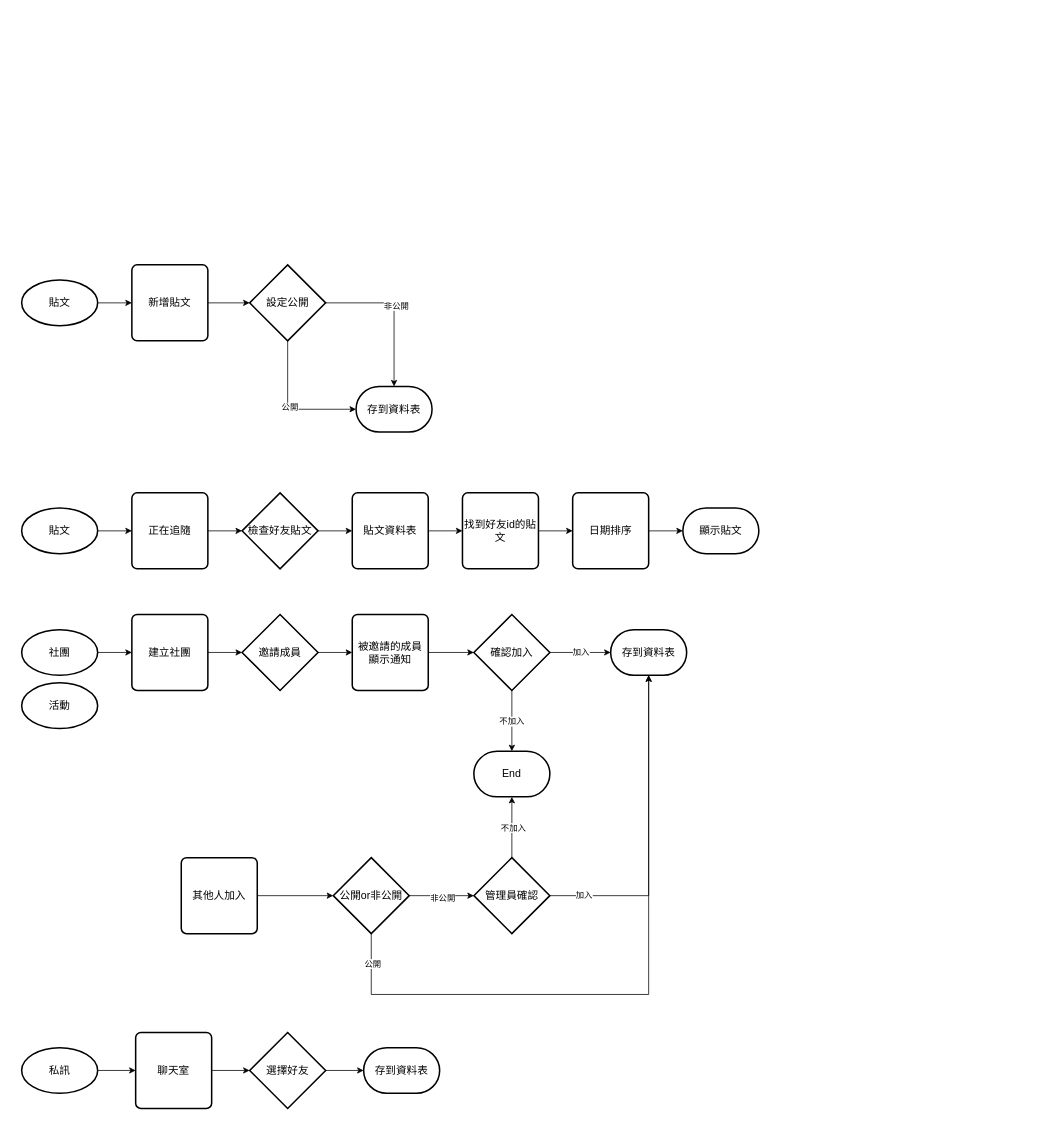
Above: 社群流程圖.drawio in Rocker36288/Project_Photo (draw.io), before the change. Source tidied: cells renumbered, new cells numbered last; positions are measured from the earlier drawing's top-left corner, leaving out a move shared by most shapes. Both pictures are drawn from the tidied source at 76%, with x=0, y=0 at pixel (21, 264).
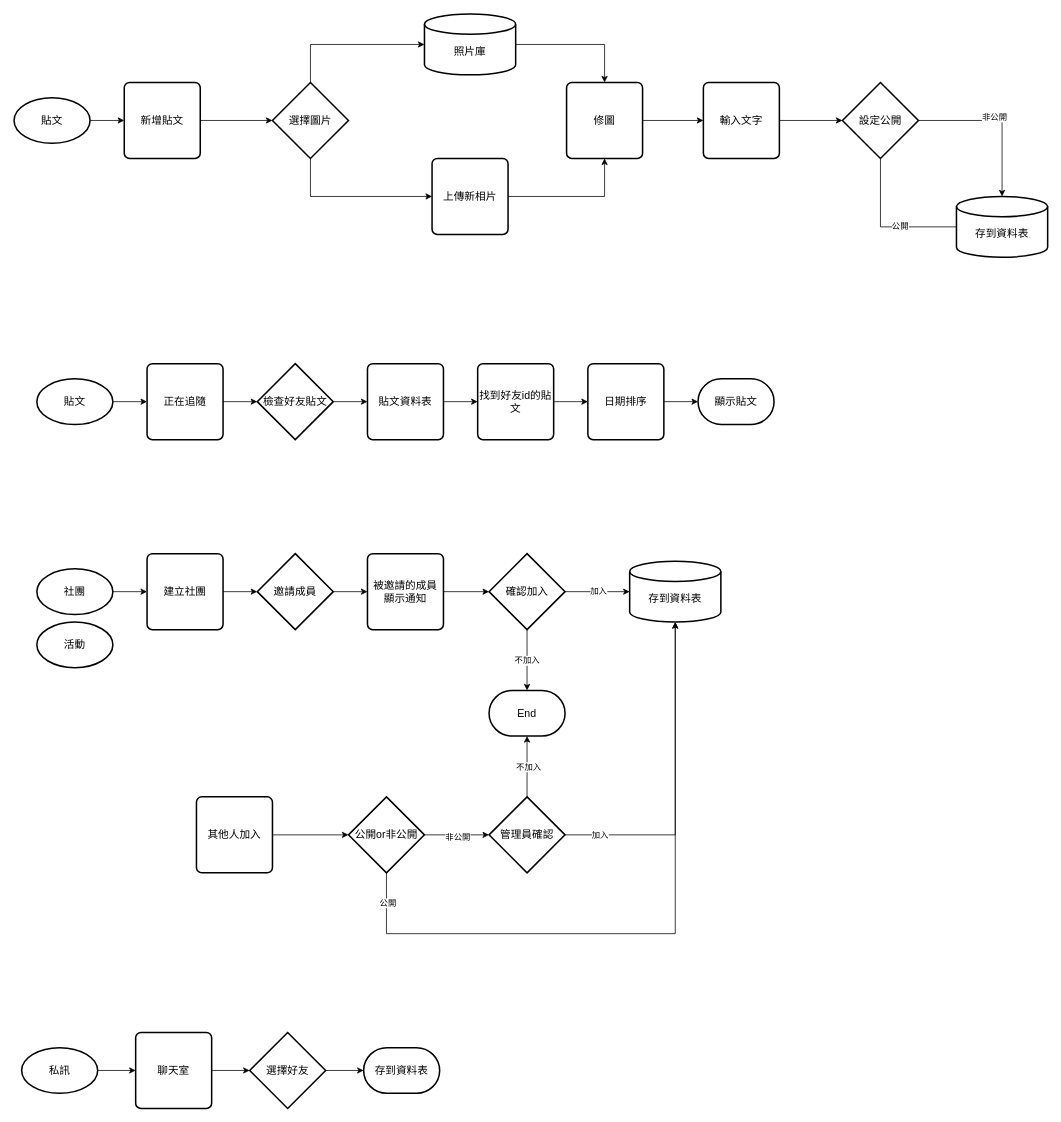
After the change.

Commit message:
更新社群流程圖.drawio

Unchanged cells that the change refers to:
```xml
<mxCell id="48" value="確認加入" style="strokeWidth=2;html=1;shape=mxgraph.flowchart.decision;whiteSpace=wrap;fontSize=14;" parent="35" vertex="1">
  <mxGeometry x="595" width="100" height="100" as="geometry" />
</mxCell>
<mxCell id="55" value="管理員確認" style="strokeWidth=2;html=1;shape=mxgraph.flowchart.decision;whiteSpace=wrap;fontSize=14;" parent="35" vertex="1">
  <mxGeometry x="595" y="320" width="100" height="100" as="geometry" />
</mxCell>
<mxCell id="62" value="公開or非公開" style="strokeWidth=2;html=1;shape=mxgraph.flowchart.decision;whiteSpace=wrap;fontSize=14;" parent="35" vertex="1">
  <mxGeometry x="410" y="320" width="100" height="100" as="geometry" />
</mxCell>
```

The edit, as a diff of the source:
```diff
@@
     <mxCell id="2" style="group;" parent="1" vertex="1">
-      <mxGeometry y="300" width="970" height="100" as="geometry" />
+      <mxGeometry x="20" y="130" width="970" height="100" as="geometry" />
     </mxCell>
@@
-    <mxCell id="16" style="group;" parent="1" vertex="1">
-      <mxGeometry width="540" height="220" as="geometry" />
-    </mxCell>
-    <mxCell id="17" style="edgeStyle=orthogonalEdgeStyle;rounded=0;jettySize=auto;html=1;fontSize=14;" parent="16" edge="1" source="18" target="20">
-      <mxGeometry relative="1" as="geometry" />
-    </mxCell>
-    <mxCell id="18" value="貼文" style="strokeWidth=2;html=1;shape=mxgraph.flowchart.start_1;whiteSpace=wrap;fontSize=14;" parent="16" vertex="1">
-      <mxGeometry y="20" width="100" height="60" as="geometry" />
-    </mxCell>
-    <mxCell id="19" style="edgeStyle=orthogonalEdgeStyle;rounded=0;jettySize=auto;html=1;fontSize=14;" parent="16" edge="1" source="20" target="23">
-      <mxGeometry relative="1" as="geometry" />
-    </mxCell>
-    <mxCell id="20" value="新增貼文" style="rounded=1;whiteSpace=wrap;html=1;absoluteArcSize=1;arcSize=14;strokeWidth=2;fontSize=14;" parent="16" vertex="1">
-      <mxGeometry x="145" width="100" height="100" as="geometry" />
-    </mxCell>
-    <mxCell id="21" style="edgeStyle=orthogonalEdgeStyle;rounded=0;jettySize=auto;html=1;" parent="16" edge="1" source="23" target="24">
-      <mxGeometry relative="1" as="geometry" />
-    </mxCell>
-    <mxCell id="22" value="非公開" style="edgeLabel;html=1;align=center;verticalAlign=middle;" parent="21" vertex="1">
-      <mxGeometry x="-0.05" y="3" relative="1" as="geometry">
-        <mxPoint x="-1" y="-2" as="offset" />
-      </mxGeometry>
-    </mxCell>
-    <mxCell id="23" value="設定公開" style="strokeWidth=2;html=1;shape=mxgraph.flowchart.decision;whiteSpace=wrap;fontSize=14;" parent="16" vertex="1">
-      <mxGeometry x="300" width="100" height="100" as="geometry" />
-    </mxCell>
-    <mxCell id="24" value="存到資料表" style="strokeWidth=2;html=1;shape=mxgraph.flowchart.terminator;whiteSpace=wrap;fontSize=14;" parent="16" vertex="1">
-      <mxGeometry x="440" y="160" width="100" height="60" as="geometry" />
-    </mxCell>
-    <mxCell id="25" style="edgeStyle=orthogonalEdgeStyle;rounded=0;jettySize=auto;html=1;entryX=0;entryY=0.5;entryDx=0;entryDy=0;entryPerimeter=0;" parent="16" edge="1" source="23" target="24">
-      <mxGeometry relative="1" as="geometry">
-        <Array as="points">
-          <mxPoint x="350" y="190" />
-        </Array>
-      </mxGeometry>
-    </mxCell>
-    <mxCell id="26" value="公開" style="edgeLabel;html=1;align=center;verticalAlign=middle;" parent="25" vertex="1">
-      <mxGeometry x="-0.03" y="2" relative="1" as="geometry" />
-    </mxCell>
@@
     <mxCell id="35" style="group;" parent="1" vertex="1">
-      <mxGeometry y="460" width="875" height="500" as="geometry" />
+      <mxGeometry x="20" y="380" width="890" height="500" as="geometry" />
     </mxCell>
@@
-    <mxCell id="46" style="edgeStyle=orthogonalEdgeStyle;rounded=0;jettySize=auto;html=1;" parent="35" edge="1" source="48" target="50">
+    <mxCell id="46" style="edgeStyle=orthogonalEdgeStyle;rounded=0;jettySize=auto;html=1;entryX=0;entryY=0.5;entryDx=0;entryDy=0;entryPerimeter=0;" parent="35" edge="1" source="48" target="64">
       <mxGeometry relative="1" as="geometry" />
     </mxCell>
@@
-    <mxCell id="50" value="存到資料表" style="strokeWidth=2;html=1;shape=mxgraph.flowchart.terminator;whiteSpace=wrap;fontSize=14;" parent="35" vertex="1">
-      <mxGeometry x="775" y="20" width="100" height="60" as="geometry" />
-    </mxCell>
@@
-    <mxCell id="56" style="edgeStyle=orthogonalEdgeStyle;rounded=0;jettySize=auto;html=1;entryX=0.5;entryY=1;entryDx=0;entryDy=0;entryPerimeter=0;" parent="35" edge="1" source="55" target="50">
+    <mxCell id="56" style="edgeStyle=orthogonalEdgeStyle;rounded=0;jettySize=auto;html=1;entryX=0.5;entryY=1;entryDx=0;entryDy=0;entryPerimeter=0;" parent="35" edge="1" source="55" target="64">
       <mxGeometry relative="1" as="geometry" />
     </mxCell>
@@
-    <mxCell id="60" style="edgeStyle=orthogonalEdgeStyle;rounded=0;jettySize=auto;html=1;entryX=0.5;entryY=1;entryDx=0;entryDy=0;entryPerimeter=0;" parent="35" edge="1" source="62" target="50">
+    <mxCell id="60" style="edgeStyle=orthogonalEdgeStyle;rounded=0;jettySize=auto;html=1;entryX=0.5;entryY=1;entryDx=0;entryDy=0;entryPerimeter=0;" parent="35" edge="1" source="62" target="64">
       <mxGeometry relative="1" as="geometry">
         <Array as="points">
           <mxPoint x="460" y="500" />
-          <mxPoint x="825" y="500" />
+          <mxPoint x="840" y="500" />
         </Array>
       </mxGeometry>
     </mxCell>
@@
+    <mxCell id="64" value="&lt;div&gt;&lt;br&gt;&lt;/div&gt;存到資料表" style="strokeWidth=2;html=1;shape=mxgraph.flowchart.database;whiteSpace=wrap;fontSize=14;" parent="35" vertex="1">
+      <mxGeometry x="780" y="10" width="120" height="80" as="geometry" />
+    </mxCell>
+    <mxCell id="65" style="group;" parent="1" vertex="1">
+      <mxGeometry x="-10" y="-330" width="1360" height="330" as="geometry" />
+    </mxCell>
+    <mxCell id="16" style="group;" parent="65" vertex="1">
+      <mxGeometry y="90" width="540" height="240" as="geometry" />
+    </mxCell>
+    <mxCell id="17" style="edgeStyle=orthogonalEdgeStyle;rounded=0;jettySize=auto;html=1;fontSize=14;" parent="16" edge="1" source="18" target="20">
+      <mxGeometry relative="1" as="geometry" />
+    </mxCell>
+    <mxCell id="18" value="貼文" style="strokeWidth=2;html=1;shape=mxgraph.flowchart.start_1;whiteSpace=wrap;fontSize=14;" parent="16" vertex="1">
+      <mxGeometry y="20" width="100" height="60" as="geometry" />
+    </mxCell>
+    <mxCell id="20" value="新增貼文" style="rounded=1;whiteSpace=wrap;html=1;absoluteArcSize=1;arcSize=14;strokeWidth=2;fontSize=14;" parent="16" vertex="1">
+      <mxGeometry x="145" width="100" height="100" as="geometry" />
+    </mxCell>
+    <mxCell id="21" style="edgeStyle=orthogonalEdgeStyle;rounded=0;jettySize=auto;html=1;entryX=0.5;entryY=0;entryDx=0;entryDy=0;entryPerimeter=0;" parent="65" edge="1" source="23" target="78">
+      <mxGeometry relative="1" as="geometry" />
+    </mxCell>
+    <mxCell id="22" value="非公開" style="edgeLabel;html=1;align=center;verticalAlign=middle;" parent="21" vertex="1">
+      <mxGeometry x="-0.05" y="3" relative="1" as="geometry">
+        <mxPoint x="-1" y="-2" as="offset" />
+      </mxGeometry>
+    </mxCell>
+    <mxCell id="23" value="設定公開" style="strokeWidth=2;html=1;shape=mxgraph.flowchart.decision;whiteSpace=wrap;fontSize=14;" parent="65" vertex="1">
+      <mxGeometry x="1090" y="90" width="100" height="100" as="geometry" />
+    </mxCell>
+    <mxCell id="25" style="edgeStyle=orthogonalEdgeStyle;rounded=0;jettySize=auto;html=1;entryX=0;entryY=0.15;entryDx=0;entryDy=0;entryPerimeter=0;" parent="65" edge="1" source="23" target="78">
+      <mxGeometry relative="1" as="geometry">
+        <Array as="points">
+          <mxPoint x="1140" y="280" />
+          <mxPoint x="1250" y="280" />
+        </Array>
+      </mxGeometry>
+    </mxCell>
+    <mxCell id="26" value="公開" style="edgeLabel;html=1;align=center;verticalAlign=middle;" parent="25" vertex="1">
+      <mxGeometry x="-0.03" y="2" relative="1" as="geometry" />
+    </mxCell>
+    <mxCell id="66" style="edgeStyle=orthogonalEdgeStyle;rounded=0;jettySize=auto;html=1;entryX=0;entryY=0.5;entryDx=0;entryDy=0;entryPerimeter=0;" parent="65" edge="1" source="20" target="68">
+      <mxGeometry relative="1" as="geometry" />
+    </mxCell>
+    <mxCell id="67" style="edgeStyle=orthogonalEdgeStyle;rounded=0;jettySize=auto;html=1;entryX=0;entryY=0.5;entryDx=0;entryDy=0;" parent="65" edge="1" source="68" target="70">
+      <mxGeometry relative="1" as="geometry">
+        <Array as="points">
+          <mxPoint x="390" y="240" />
+        </Array>
+      </mxGeometry>
+    </mxCell>
+    <mxCell id="68" value="選擇圖片" style="strokeWidth=2;html=1;shape=mxgraph.flowchart.decision;whiteSpace=wrap;fontSize=14;" parent="65" vertex="1">
+      <mxGeometry x="340" y="90" width="100" height="100" as="geometry" />
+    </mxCell>
+    <mxCell id="69" style="edgeStyle=orthogonalEdgeStyle;rounded=0;jettySize=auto;html=1;entryX=0.5;entryY=1;entryDx=0;entryDy=0;" parent="65" edge="1" source="70" target="75">
+      <mxGeometry relative="1" as="geometry" />
+    </mxCell>
+    <mxCell id="70" value="上傳新相片" style="rounded=1;whiteSpace=wrap;html=1;absoluteArcSize=1;arcSize=14;strokeWidth=2;fontSize=14;" parent="65" vertex="1">
+      <mxGeometry x="550" y="190" width="100" height="100" as="geometry" />
+    </mxCell>
+    <mxCell id="71" style="edgeStyle=orthogonalEdgeStyle;rounded=0;jettySize=auto;html=1;entryX=0.5;entryY=0;entryDx=0;entryDy=0;" parent="65" edge="1" source="72" target="75">
+      <mxGeometry relative="1" as="geometry" />
+    </mxCell>
+    <mxCell id="72" value="&lt;div&gt;&lt;br&gt;&lt;/div&gt;照片庫" style="strokeWidth=2;html=1;shape=mxgraph.flowchart.database;whiteSpace=wrap;fontSize=14;" parent="65" vertex="1">
+      <mxGeometry x="540" width="120" height="80" as="geometry" />
+    </mxCell>
+    <mxCell id="73" style="edgeStyle=orthogonalEdgeStyle;rounded=0;jettySize=auto;html=1;entryX=0;entryY=0.5;entryDx=0;entryDy=0;entryPerimeter=0;exitX=0.5;exitY=0;exitDx=0;exitDy=0;exitPerimeter=0;" parent="65" edge="1" source="68" target="72">
+      <mxGeometry relative="1" as="geometry" />
+    </mxCell>
+    <mxCell id="74" style="edgeStyle=orthogonalEdgeStyle;rounded=0;jettySize=auto;html=1;" parent="65" edge="1" source="75" target="77">
+      <mxGeometry relative="1" as="geometry" />
+    </mxCell>
+    <mxCell id="75" value="修圖" style="rounded=1;whiteSpace=wrap;html=1;absoluteArcSize=1;arcSize=14;strokeWidth=2;fontSize=14;" parent="65" vertex="1">
+      <mxGeometry x="727" y="90" width="100" height="100" as="geometry" />
+    </mxCell>
+    <mxCell id="76" style="edgeStyle=orthogonalEdgeStyle;rounded=0;jettySize=auto;html=1;" parent="65" edge="1" source="77" target="23">
+      <mxGeometry relative="1" as="geometry" />
+    </mxCell>
+    <mxCell id="77" value="輸入文字" style="rounded=1;whiteSpace=wrap;html=1;absoluteArcSize=1;arcSize=14;strokeWidth=2;fontSize=14;" parent="65" vertex="1">
+      <mxGeometry x="907" y="90" width="100" height="100" as="geometry" />
+    </mxCell>
+    <mxCell id="78" value="&lt;div&gt;&lt;br&gt;&lt;/div&gt;存到資料表" style="strokeWidth=2;html=1;shape=mxgraph.flowchart.database;whiteSpace=wrap;fontSize=14;" parent="65" vertex="1">
+      <mxGeometry x="1240" y="240" width="120" height="80" as="geometry" />
+    </mxCell>
```
